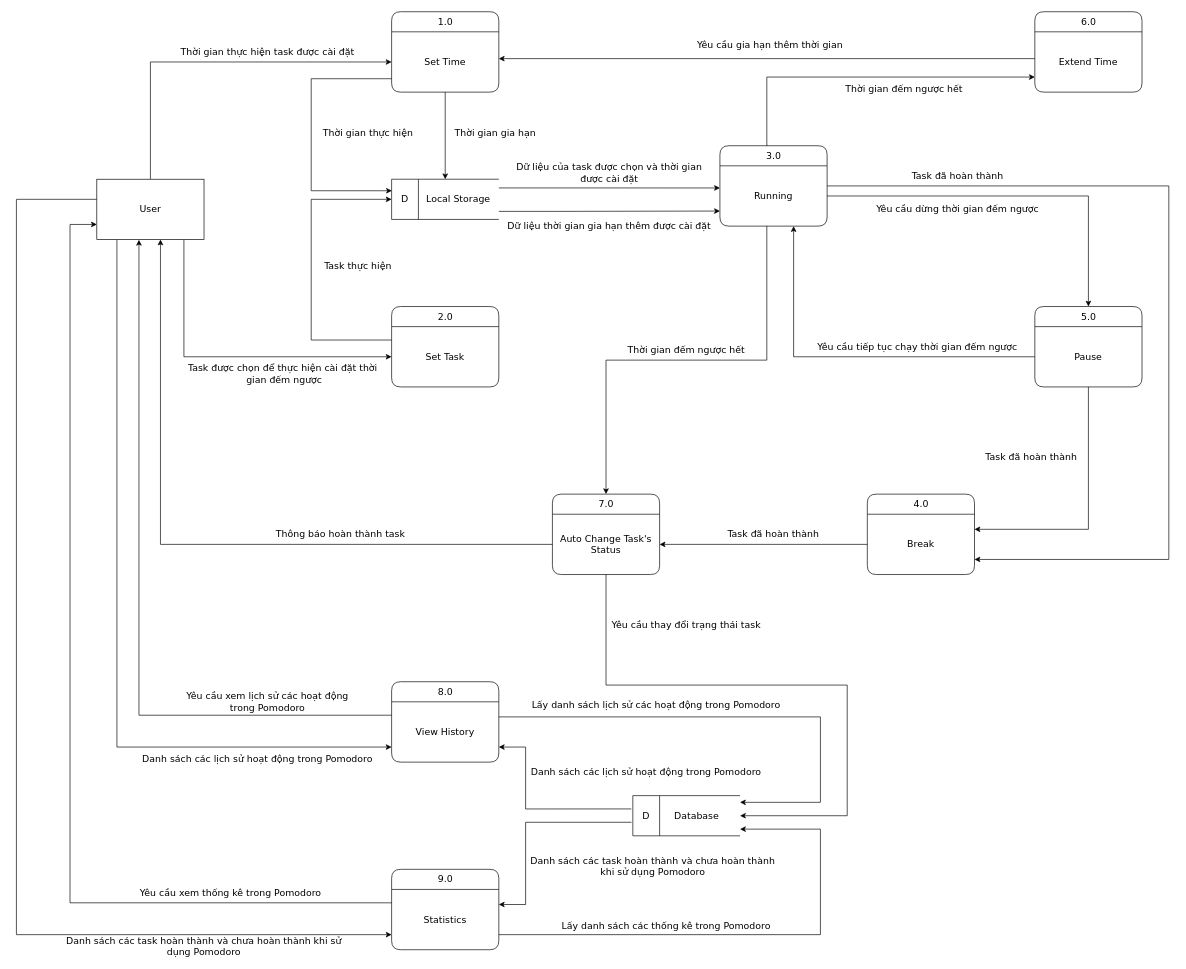
This is ToDoApp-Doc/Document/Diagram/DFD/Pomodoro/Sơ đồ mức 1 Pomodoro.drawio from Merevoli-DatLuu/To-Do-App, a draw.io file, before an edit. Source tidied: cells renumbered, new cells numbered last; positions are measured from the earlier drawing's top-left corner, leaving out a move shared by most shapes. Both pictures are drawn from the tidied source at 67%, with x=0, y=0 at pixel (16, 11).
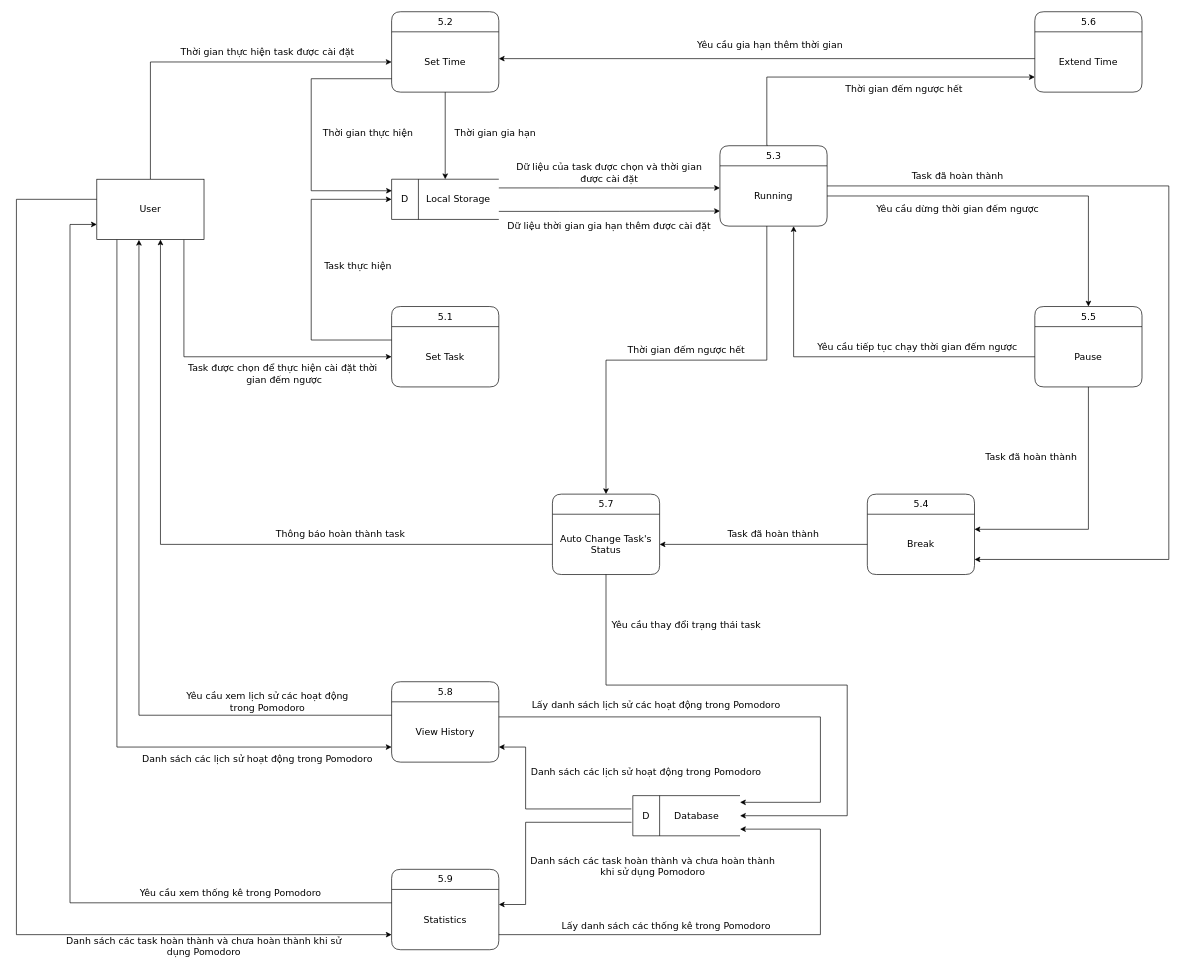
After the change.

Change to the diagram source:
```diff
@@
-    <mxCell id="2" value="1.0" style="swimlane;horizontal=1;startSize=30;rounded=1;fontSize=14;fontStyle=0;strokeWidth=1;shadow=0;dashed=0;align=center;html=1;fontFamily=Verdana;" parent="1" vertex="1">
+    <mxCell id="2" value="5.2" style="swimlane;horizontal=1;startSize=30;rounded=1;fontSize=14;fontStyle=0;strokeWidth=1;shadow=0;dashed=0;align=center;html=1;fontFamily=Verdana;" parent="1" vertex="1">
       <mxGeometry x="560" width="160" height="120" as="geometry" />
     </mxCell>
@@
-    <mxCell id="4" value="2.0" style="swimlane;horizontal=1;startSize=30;rounded=1;fontSize=14;fontStyle=0;strokeWidth=1;shadow=0;dashed=0;align=center;html=1;fontFamily=Verdana;" parent="1" vertex="1">
+    <mxCell id="4" value="5.1" style="swimlane;horizontal=1;startSize=30;rounded=1;fontSize=14;fontStyle=0;strokeWidth=1;shadow=0;dashed=0;align=center;html=1;fontFamily=Verdana;" parent="1" vertex="1">
       <mxGeometry x="560" y="440" width="160" height="120" as="geometry" />
     </mxCell>
@@
-    <mxCell id="12" value="3.0" style="swimlane;horizontal=1;startSize=30;rounded=1;fontSize=14;fontStyle=0;strokeWidth=1;shadow=0;dashed=0;align=center;html=1;fontFamily=Verdana;" parent="1" vertex="1">
+    <mxCell id="12" value="5.3" style="swimlane;horizontal=1;startSize=30;rounded=1;fontSize=14;fontStyle=0;strokeWidth=1;shadow=0;dashed=0;align=center;html=1;fontFamily=Verdana;" parent="1" vertex="1">
       <mxGeometry x="1050" y="200" width="160" height="120" as="geometry" />
     </mxCell>
@@
-    <mxCell id="14" value="6.0" style="swimlane;horizontal=1;startSize=30;rounded=1;fontSize=14;fontStyle=0;strokeWidth=1;shadow=0;dashed=0;align=center;html=1;fontFamily=Verdana;" parent="1" vertex="1">
+    <mxCell id="14" value="5.6" style="swimlane;horizontal=1;startSize=30;rounded=1;fontSize=14;fontStyle=0;strokeWidth=1;shadow=0;dashed=0;align=center;html=1;fontFamily=Verdana;" parent="1" vertex="1">
       <mxGeometry x="1520" width="160" height="120" as="geometry" />
     </mxCell>
@@
-    <mxCell id="16" value="5.0" style="swimlane;horizontal=1;startSize=30;rounded=1;fontSize=14;fontStyle=0;strokeWidth=1;shadow=0;dashed=0;align=center;html=1;fontFamily=Verdana;" parent="1" vertex="1">
+    <mxCell id="16" value="5.5" style="swimlane;horizontal=1;startSize=30;rounded=1;fontSize=14;fontStyle=0;strokeWidth=1;shadow=0;dashed=0;align=center;html=1;fontFamily=Verdana;" parent="1" vertex="1">
       <mxGeometry x="1520" y="440" width="160" height="120" as="geometry" />
     </mxCell>
@@
-    <mxCell id="23" value="7.0" style="swimlane;horizontal=1;startSize=30;rounded=1;fontSize=14;fontStyle=0;strokeWidth=1;shadow=0;dashed=0;align=center;html=1;fontFamily=Verdana;" parent="1" vertex="1">
+    <mxCell id="23" value="5.7" style="swimlane;horizontal=1;startSize=30;rounded=1;fontSize=14;fontStyle=0;strokeWidth=1;shadow=0;dashed=0;align=center;html=1;fontFamily=Verdana;" parent="1" vertex="1">
       <mxGeometry x="800" y="720" width="160" height="120" as="geometry" />
     </mxCell>
@@
-    <mxCell id="25" value="4.0" style="swimlane;horizontal=1;startSize=30;rounded=1;fontSize=14;fontStyle=0;strokeWidth=1;shadow=0;dashed=0;align=center;html=1;fontFamily=Verdana;" parent="1" vertex="1">
+    <mxCell id="25" value="5.4" style="swimlane;horizontal=1;startSize=30;rounded=1;fontSize=14;fontStyle=0;strokeWidth=1;shadow=0;dashed=0;align=center;html=1;fontFamily=Verdana;" parent="1" vertex="1">
       <mxGeometry x="1270" y="720" width="160" height="120" as="geometry" />
     </mxCell>
@@
-    <mxCell id="27" value="8.0" style="swimlane;horizontal=1;startSize=30;rounded=1;fontSize=14;fontStyle=0;strokeWidth=1;shadow=0;dashed=0;align=center;html=1;fontFamily=Verdana;" parent="1" vertex="1">
+    <mxCell id="27" value="5.8" style="swimlane;horizontal=1;startSize=30;rounded=1;fontSize=14;fontStyle=0;strokeWidth=1;shadow=0;dashed=0;align=center;html=1;fontFamily=Verdana;" parent="1" vertex="1">
       <mxGeometry x="560" y="1000" width="160" height="120" as="geometry" />
     </mxCell>
@@
-    <mxCell id="29" value="9.0" style="swimlane;horizontal=1;startSize=30;rounded=1;fontSize=14;fontStyle=0;strokeWidth=1;shadow=0;dashed=0;align=center;html=1;fontFamily=Verdana;" parent="1" vertex="1">
+    <mxCell id="29" value="5.9" style="swimlane;horizontal=1;startSize=30;rounded=1;fontSize=14;fontStyle=0;strokeWidth=1;shadow=0;dashed=0;align=center;html=1;fontFamily=Verdana;" parent="1" vertex="1">
       <mxGeometry x="560" y="1280" width="160" height="120" as="geometry" />
     </mxCell>
```
